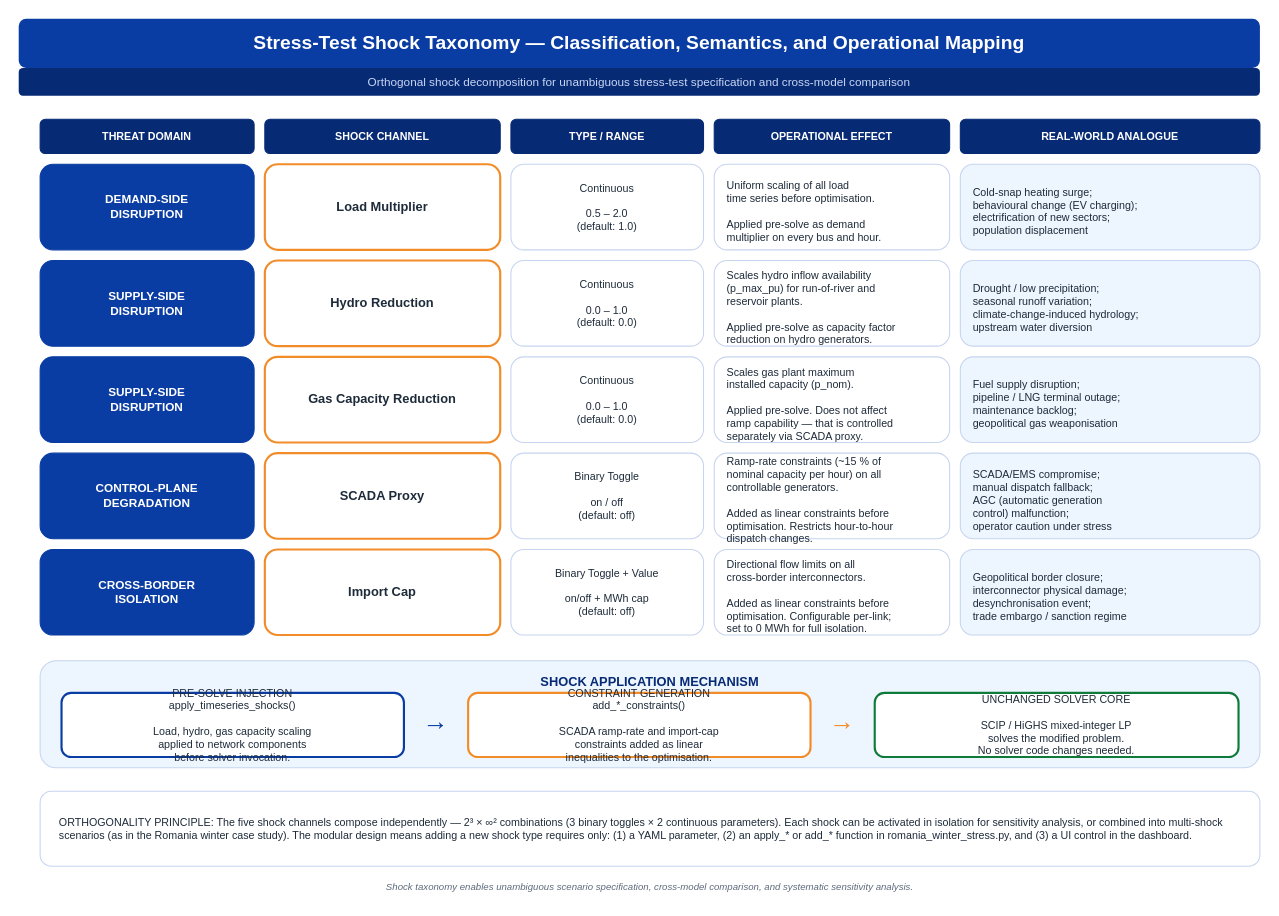
manescubogdanarmy/pypsa-eur keeps this draw.io diagram as vault/diagrams/fig07_shock_taxonomy.drawio. Above is the earlier version. Source tidied: cells renumbered, new cells numbered last; positions are measured from the earlier drawing's top-left corner, leaving out a move shared by most shapes. Both pictures are drawn from the tidied source at 107%, with x=0, y=0 at pixel (18, 18).
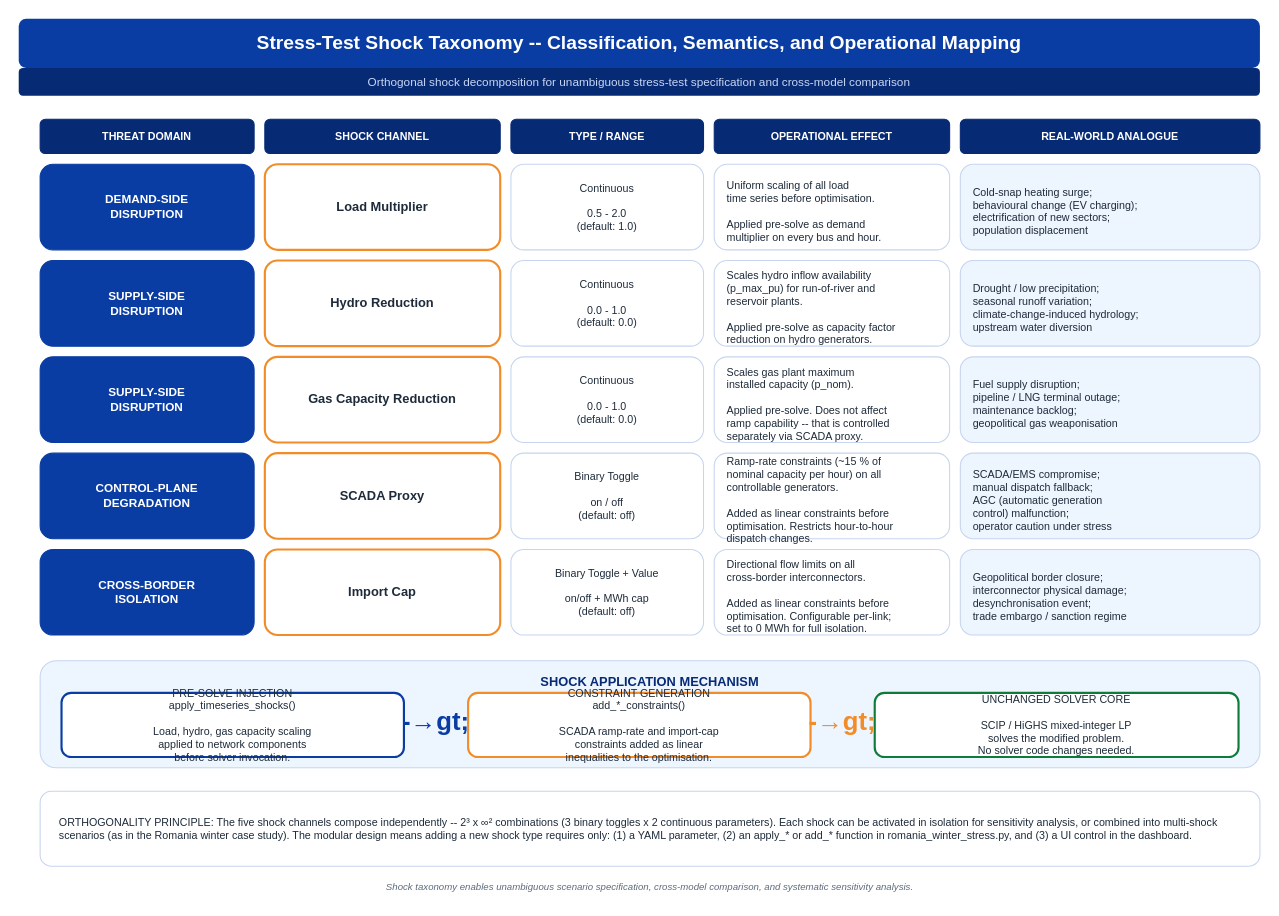
After the change.

The edit, as a diff of the source:
```diff
@@
-    <mxCell id="2" value="Stress-Test Shock Taxonomy — Classification, Semantics, and Operational Mapping" style="text;html=1;strokeColor=none;fillColor=#0A3DA3;align=center;verticalAlign=middle;whiteSpace=wrap;rounded=1;fontSize=18;fontStyle=1;fontColor=#FFFFFF;fontFamily=Helvetica;" parent="1" vertex="1">
+    <mxCell id="2" value="Stress-Test Shock Taxonomy -- Classification, Semantics, and Operational Mapping" style="text;html=1;strokeColor=none;fillColor=#0A3DA3;align=center;verticalAlign=middle;whiteSpace=wrap;rounded=1;fontSize=18;fontStyle=1;fontColor=#FFFFFF;fontFamily=Helvetica;" parent="1" vertex="1">
       <mxGeometry width="1160" height="46" as="geometry" />
     </mxCell>
@@
-    <mxCell id="11" value="Continuous&#10;&#10;0.5 – 2.0&#10;(default: 1.0)" style="rounded=1;whiteSpace=wrap;html=1;fillColor=#FFFFFF;strokeColor=#C7D5EF;strokeWidth=1;fontSize=10;fontColor=#1E2B3A;fontFamily=Helvetica;align=center;" parent="1" vertex="1">
+    <mxCell id="11" value="Continuous&#10;&#10;0.5 - 2.0&#10;(default: 1.0)" style="rounded=1;whiteSpace=wrap;html=1;fillColor=#FFFFFF;strokeColor=#C7D5EF;strokeWidth=1;fontSize=10;fontColor=#1E2B3A;fontFamily=Helvetica;align=center;" parent="1" vertex="1">
       <mxGeometry x="460" y="136" width="180" height="80" as="geometry" />
     </mxCell>
@@
-    <mxCell id="16" value="Continuous&#10;&#10;0.0 – 1.0&#10;(default: 0.0)" style="rounded=1;whiteSpace=wrap;html=1;fillColor=#FFFFFF;strokeColor=#C7D5EF;strokeWidth=1;fontSize=10;fontColor=#1E2B3A;fontFamily=Helvetica;align=center;" parent="1" vertex="1">
+    <mxCell id="16" value="Continuous&#10;&#10;0.0 - 1.0&#10;(default: 0.0)" style="rounded=1;whiteSpace=wrap;html=1;fillColor=#FFFFFF;strokeColor=#C7D5EF;strokeWidth=1;fontSize=10;fontColor=#1E2B3A;fontFamily=Helvetica;align=center;" parent="1" vertex="1">
       <mxGeometry x="460" y="226" width="180" height="80" as="geometry" />
     </mxCell>
@@
-    <mxCell id="21" value="Continuous&#10;&#10;0.0 – 1.0&#10;(default: 0.0)" style="rounded=1;whiteSpace=wrap;html=1;fillColor=#FFFFFF;strokeColor=#C7D5EF;strokeWidth=1;fontSize=10;fontColor=#1E2B3A;fontFamily=Helvetica;align=center;" parent="1" vertex="1">
+    <mxCell id="21" value="Continuous&#10;&#10;0.0 - 1.0&#10;(default: 0.0)" style="rounded=1;whiteSpace=wrap;html=1;fillColor=#FFFFFF;strokeColor=#C7D5EF;strokeWidth=1;fontSize=10;fontColor=#1E2B3A;fontFamily=Helvetica;align=center;" parent="1" vertex="1">
       <mxGeometry x="460" y="316" width="180" height="80" as="geometry" />
     </mxCell>
-    <mxCell id="22" value="Scales gas plant maximum&#10;installed capacity (p_nom).&#10;&#10;Applied pre-solve. Does not affect&#10;ramp capability — that is controlled&#10;separately via SCADA proxy." style="rounded=1;whiteSpace=wrap;html=1;fillColor=#FFFFFF;strokeColor=#C7D5EF;strokeWidth=1;fontSize=10;fontColor=#1E2B3A;fontFamily=Helvetica;align=left;spacingLeft=10;spacingTop=8;" parent="1" vertex="1">
+    <mxCell id="22" value="Scales gas plant maximum&#10;installed capacity (p_nom).&#10;&#10;Applied pre-solve. Does not affect&#10;ramp capability -- that is controlled&#10;separately via SCADA proxy." style="rounded=1;whiteSpace=wrap;html=1;fillColor=#FFFFFF;strokeColor=#C7D5EF;strokeWidth=1;fontSize=10;fontColor=#1E2B3A;fontFamily=Helvetica;align=left;spacingLeft=10;spacingTop=8;" parent="1" vertex="1">
       <mxGeometry x="650" y="316" width="220" height="80" as="geometry" />
     </mxCell>
@@
-    <mxCell id="37" value="→" style="text;html=1;strokeColor=none;fillColor=none;align=center;verticalAlign=middle;whiteSpace=wrap;fontSize=24;fontStyle=1;fontColor=#0A3DA3;fontFamily=Helvetica;" parent="1" vertex="1">
+    <mxCell id="37" value="-→gt;" style="text;html=1;strokeColor=none;fillColor=none;align=center;verticalAlign=middle;whiteSpace=wrap;fontSize=24;fontStyle=1;fontColor=#0A3DA3;fontFamily=Helvetica;" parent="1" vertex="1">
       <mxGeometry x="370" y="642" width="40" height="30" as="geometry" />
     </mxCell>
@@
-    <mxCell id="39" value="→" style="text;html=1;strokeColor=none;fillColor=none;align=center;verticalAlign=middle;whiteSpace=wrap;fontSize=24;fontStyle=1;fontColor=#F28C28;fontFamily=Helvetica;" parent="1" vertex="1">
+    <mxCell id="39" value="-→gt;" style="text;html=1;strokeColor=none;fillColor=none;align=center;verticalAlign=middle;whiteSpace=wrap;fontSize=24;fontStyle=1;fontColor=#F28C28;fontFamily=Helvetica;" parent="1" vertex="1">
       <mxGeometry x="750" y="642" width="40" height="30" as="geometry" />
     </mxCell>
@@
-    <mxCell id="42" value="ORTHOGONALITY PRINCIPLE: The five shock channels compose independently — 2³ × ∞² combinations (3 binary toggles × 2 continuous parameters). Each shock can be activated in isolation for sensitivity analysis, or combined into multi-shock scenarios (as in the Romania winter case study). The modular design means adding a new shock type requires only: (1) a YAML parameter, (2) an apply_* or add_* function in romania_winter_stress.py, and (3) a UI control in the dashboard." style="text;html=1;strokeColor=none;fillColor=none;align=left;verticalAlign=middle;whiteSpace=wrap;fontSize=10;fontColor=#1E2B3A;fontFamily=Helvetica;" parent="1" vertex="1">
+    <mxCell id="42" value="ORTHOGONALITY PRINCIPLE: The five shock channels compose independently -- 2³ x ∞² combinations (3 binary toggles x 2 continuous parameters). Each shock can be activated in isolation for sensitivity analysis, or combined into multi-shock scenarios (as in the Romania winter case study). The modular design means adding a new shock type requires only: (1) a YAML parameter, (2) an apply_* or add_* function in romania_winter_stress.py, and (3) a UI control in the dashboard." style="text;html=1;strokeColor=none;fillColor=none;align=left;verticalAlign=middle;whiteSpace=wrap;fontSize=10;fontColor=#1E2B3A;fontFamily=Helvetica;" parent="1" vertex="1">
       <mxGeometry x="36" y="728" width="1108" height="58" as="geometry" />
     </mxCell>
```
